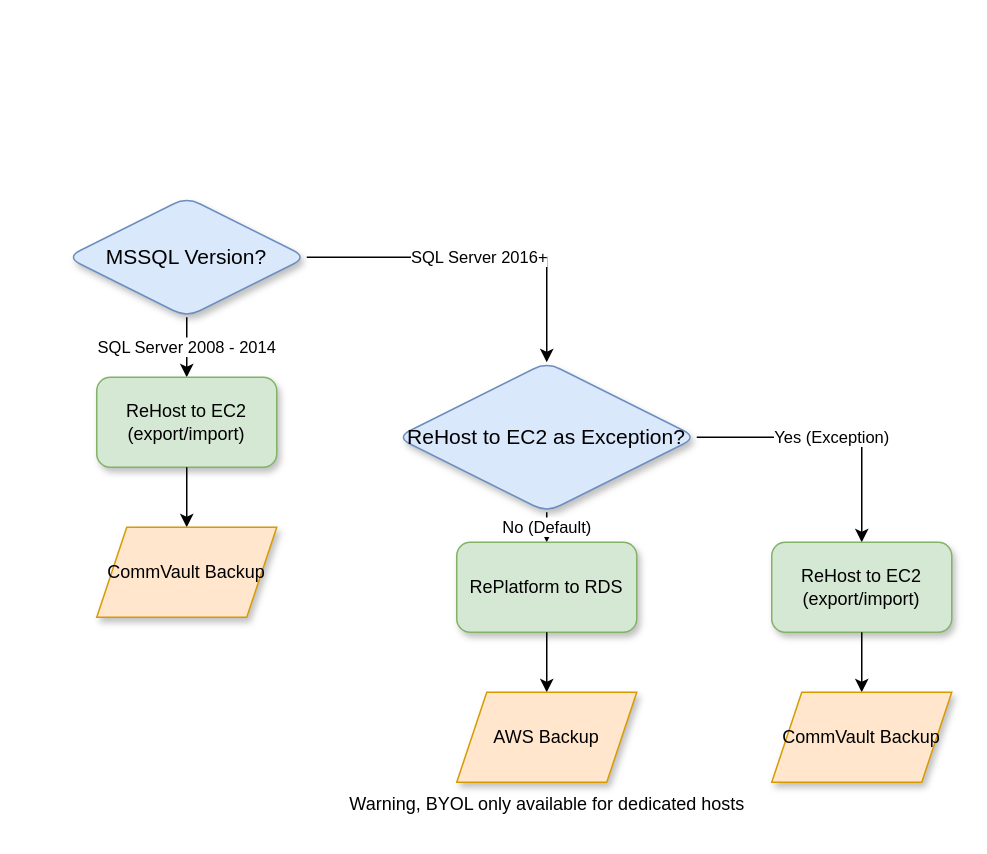
anthonygea/mycv keeps this draw.io diagram as MySQL-DecisionTree.drawio. Above is the earlier version. Source tidied: cells renumbered, new cells numbered last; positions are measured from the earlier drawing's top-left corner, leaving out a move shared by most shapes. Both pictures are drawn from the tidied source at 150%, with x=0, y=0 at pixel (66, 196).
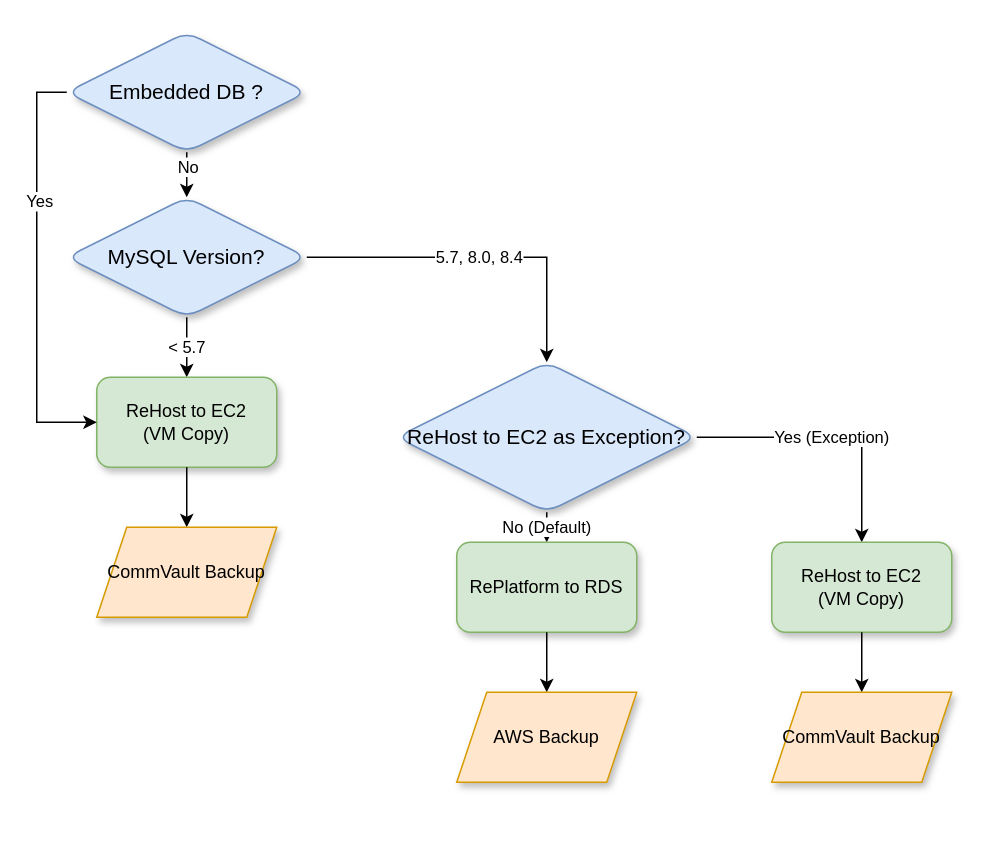
The same page after the edit.

Commit message:
Mettre à jour MySQL-DecisionTree.drawio

Unchanged cells that the change refers to:
```xml
<mxCell id="8" value="ReHost to EC2 as Exception?" style="rhombus;whiteSpace=wrap;html=1;rounded=1;shadow=1;fontFamily=Helvetica;fontSize=14;fillColor=#dae8fc;strokeColor=#6c8ebf;" parent="1" vertex="1">
  <mxGeometry x="220" y="110" width="200" height="100" as="geometry" />
</mxCell>
```

What changed in the source:
```diff
@@
-    <mxCell id="2" value="MSSQL Version?" style="rhombus;whiteSpace=wrap;html=1;rounded=1;shadow=1;fontFamily=Helvetica;fontSize=14;fillColor=#dae8fc;strokeColor=#6c8ebf;" parent="1" vertex="1">
+    <mxCell id="2" value="MySQL Version?" style="rhombus;whiteSpace=wrap;html=1;rounded=1;shadow=1;fontFamily=Helvetica;fontSize=14;fillColor=#dae8fc;strokeColor=#6c8ebf;" parent="1" vertex="1">
       <mxGeometry width="160" height="80" as="geometry" />
     </mxCell>
-    <mxCell id="3" value="SQL Server 2008 - 2014" style="edgeStyle=orthogonalEdgeStyle;rounded=0;jettySize=auto;html=1;exitX=0.5;exitY=1;exitDx=0;exitDy=0;entryX=0.5;entryY=0;entryDx=0;entryDy=0;" parent="1" edge="1" source="2" target="4">
+    <mxCell id="3" value="&amp;lt; 5.7" style="edgeStyle=orthogonalEdgeStyle;rounded=0;jettySize=auto;html=1;exitX=0.5;exitY=1;exitDx=0;exitDy=0;entryX=0.5;entryY=0;entryDx=0;entryDy=0;" parent="1" edge="1" source="2" target="4">
       <mxGeometry relative="1" as="geometry" />
     </mxCell>
-    <mxCell id="4" value="ReHost to EC2&lt;div&gt;(export/import)&lt;/div&gt;" style="rounded=1;whiteSpace=wrap;html=1;shadow=1;fontFamily=Helvetica;fontSize=12;fillColor=#d5e8d4;strokeColor=#82b366;" parent="1" vertex="1">
+    <mxCell id="4" value="ReHost to EC2&lt;div&gt;(VM Copy)&lt;/div&gt;" style="rounded=1;whiteSpace=wrap;html=1;shadow=1;fontFamily=Helvetica;fontSize=12;fillColor=#d5e8d4;strokeColor=#82b366;" parent="1" vertex="1">
       <mxGeometry x="20" y="120" width="120" height="60" as="geometry" />
     </mxCell>
@@
-    <mxCell id="7" value="SQL Server 2016+" style="edgeStyle=orthogonalEdgeStyle;rounded=0;jettySize=auto;html=1;exitX=1;exitY=0.5;exitDx=0;exitDy=0;entryX=0.5;entryY=0;entryDx=0;entryDy=0;" parent="1" edge="1" source="2" target="8">
+    <mxCell id="7" value="5.7, 8.0, 8.4" style="edgeStyle=orthogonalEdgeStyle;rounded=0;jettySize=auto;html=1;exitX=1;exitY=0.5;exitDx=0;exitDy=0;entryX=0.5;entryY=0;entryDx=0;entryDy=0;" parent="1" edge="1" source="2" target="8">
       <mxGeometry relative="1" as="geometry" />
     </mxCell>
@@
-    <mxCell id="10" value="ReHost to EC2&lt;div&gt;(export/import)&lt;br&gt;&lt;/div&gt;" style="rounded=1;whiteSpace=wrap;html=1;shadow=1;fontFamily=Helvetica;fontSize=12;fillColor=#d5e8d4;strokeColor=#82b366;" parent="1" vertex="1">
+    <mxCell id="10" value="ReHost to EC2&lt;div&gt;(VM Copy)&lt;br&gt;&lt;/div&gt;" style="rounded=1;whiteSpace=wrap;html=1;shadow=1;fontFamily=Helvetica;fontSize=12;fillColor=#d5e8d4;strokeColor=#82b366;" parent="1" vertex="1">
       <mxGeometry x="470" y="230" width="120" height="60" as="geometry" />
     </mxCell>
@@
-    <mxCell id="17" value="Warning, BYOL only available for dedicated hosts" style="text;html=1;align=center;verticalAlign=middle;strokeColor=none;fillColor=none;" parent="1" vertex="1">
-      <mxGeometry x="175" y="390" width="290" height="30" as="geometry" />
-    </mxCell>
+    <mxCell id="18" style="edgeStyle=orthogonalEdgeStyle;rounded=0;jettySize=auto;html=1;" parent="1" edge="1" source="22" target="2">
+      <mxGeometry relative="1" as="geometry" />
+    </mxCell>
+    <mxCell id="19" value="No" style="edgeLabel;html=1;align=center;verticalAlign=middle;" parent="18" vertex="1">
+      <mxGeometry x="-0.64" relative="1" as="geometry" />
+    </mxCell>
+    <mxCell id="20" style="edgeStyle=orthogonalEdgeStyle;rounded=0;jettySize=auto;html=1;exitX=0;exitY=0.5;exitDx=0;exitDy=0;entryX=0;entryY=0.5;entryDx=0;entryDy=0;" parent="1" edge="1" source="22" target="4">
+      <mxGeometry relative="1" as="geometry" />
+    </mxCell>
+    <mxCell id="21" value="Yes" style="edgeLabel;html=1;align=center;verticalAlign=middle;" parent="20" vertex="1">
+      <mxGeometry x="-0.34" y="1" relative="1" as="geometry" />
+    </mxCell>
+    <mxCell id="22" value="Embedded DB ?" style="rhombus;whiteSpace=wrap;html=1;fontSize=14;fillColor=#dae8fc;strokeColor=#6c8ebf;rounded=1;shadow=1;" parent="1" vertex="1">
+      <mxGeometry y="-110" width="160" height="80" as="geometry" />
+    </mxCell>
```
